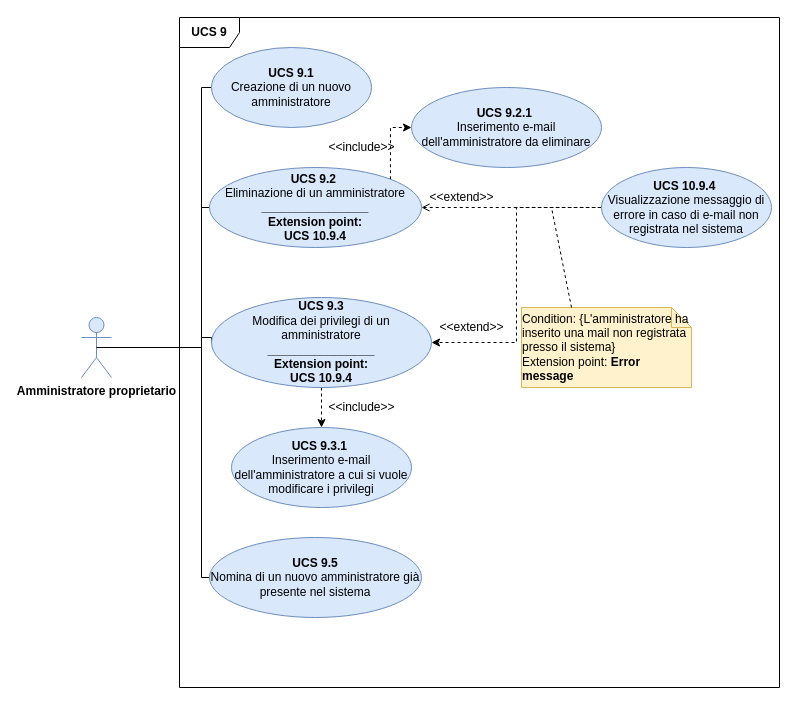
This is page "Page-3" (3 of 5) of DocumentazioneEsterna/AnalisiDeiRequisiti/Sezioni/UseCase/draw.io/UC SERVER/UCS9.drawio from qb-team/Stalker-Documentazione, a draw.io file, before an edit. Source tidied: cells renumbered, new cells numbered last; positions are measured from the earlier drawing's top-left corner, leaving out a move shared by most shapes. Both pictures are drawn from the tidied source at 100%, with x=0, y=0 at pixel (81, 17).
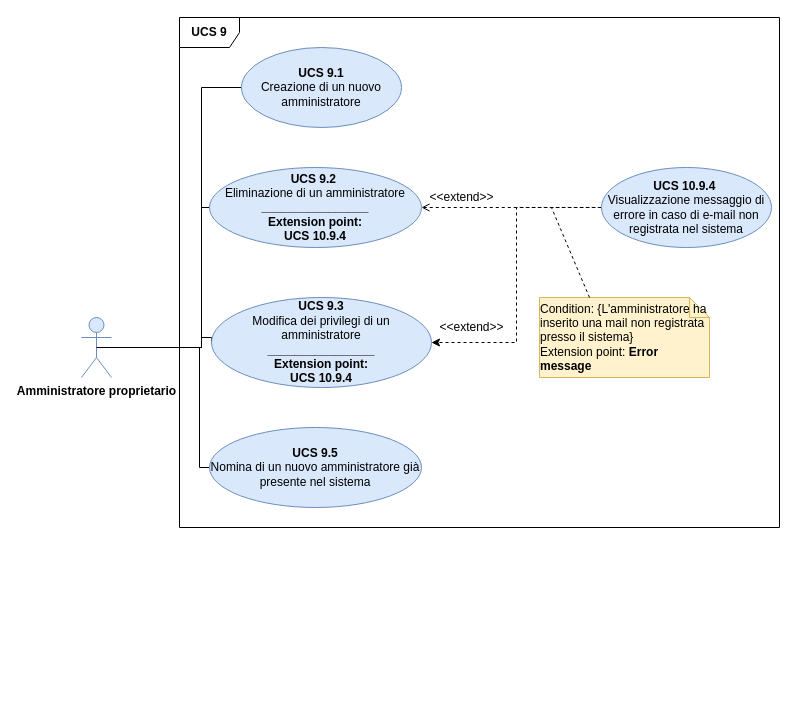
The same page after the edit.

The change refers to these unchanged cells:
```xml
<mxCell id="5" value="&lt;font color=&quot;#000000&quot;&gt;&lt;b&gt;Amministratore proprietario&lt;/b&gt;&lt;/font&gt;" style="shape=umlActor;verticalLabelPosition=bottom;labelBackgroundColor=#ffffff;verticalAlign=top;html=1;outlineConnect=0;fillColor=#dae8fc;strokeColor=#6c8ebf;" parent="1" vertex="1">
  <mxGeometry y="300" width="30" height="60" as="geometry" />
</mxCell>
<mxCell id="8" value="&lt;b&gt;UCS 9.3&lt;br&gt;&lt;/b&gt;Modifica dei privilegi di un amministratore&lt;br&gt;&lt;b&gt;________________&lt;br&gt;Extension point:&lt;br&gt;UCS 10.9.4&lt;/b&gt;" style="ellipse;whiteSpace=wrap;html=1;fillColor=#dae8fc;strokeColor=#6c8ebf;" parent="1" vertex="1">
  <mxGeometry x="130" y="280" width="220" height="90" as="geometry" />
</mxCell>
<mxCell id="9" value="&lt;b&gt;UCS 9.2&amp;nbsp;&lt;br&gt;&lt;/b&gt;Eliminazione di un amministratore&lt;br&gt;&lt;b&gt;________________&lt;br&gt;Extension point:&lt;br&gt;UCS 10.9.4&lt;/b&gt;" style="ellipse;whiteSpace=wrap;html=1;fillColor=#dae8fc;strokeColor=#6c8ebf;" parent="1" vertex="1">
  <mxGeometry x="128" y="150" width="212" height="80" as="geometry" />
</mxCell>
```

Diff of the diagram source:
```diff
@@
     <mxCell id="6" value="&lt;b&gt;UCS 9&lt;/b&gt;" style="shape=umlFrame;whiteSpace=wrap;html=1;" parent="1" vertex="1">
-      <mxGeometry x="98" width="600" height="670" as="geometry" />
+      <mxGeometry x="98" width="600" height="510" as="geometry" />
     </mxCell>
-    <mxCell id="7" style="edgeStyle=orthogonalEdgeStyle;rounded=0;jettySize=auto;html=1;entryX=0.5;entryY=0;entryDx=0;entryDy=0;dashed=1;endArrow=classic;endFill=1;" parent="1" edge="1" source="8" target="20">
-      <mxGeometry relative="1" as="geometry" />
-    </mxCell>
@@
     <mxCell id="10" value="&lt;b&gt;UCS 9.1&lt;br&gt;&lt;/b&gt;Creazione di un nuovo amministratore" style="ellipse;whiteSpace=wrap;html=1;fillColor=#dae8fc;strokeColor=#6c8ebf;" parent="1" vertex="1">
-      <mxGeometry x="130" y="30" width="160" height="80" as="geometry" />
+      <mxGeometry x="160" y="30" width="160" height="80" as="geometry" />
     </mxCell>
@@
     <mxCell id="17" value="&lt;div style=&quot;text-align: left&quot;&gt;&lt;span&gt;Condition: {&lt;/span&gt;&lt;span&gt;L'amministratore ha inserito una mail non registrata presso il sistema}&lt;/span&gt;&lt;/div&gt;&lt;div style=&quot;text-align: left&quot;&gt;Extension point: &lt;b&gt;Error message&lt;/b&gt;&lt;/div&gt;" style="shape=note;size=20;whiteSpace=wrap;html=1;fillColor=#fff2cc;strokeColor=#d6b656;" parent="1" vertex="1">
-      <mxGeometry x="440" y="290" width="170" height="80" as="geometry" />
+      <mxGeometry x="458" y="280" width="170" height="80" as="geometry" />
     </mxCell>
@@
-    <mxCell id="20" value="&lt;b&gt;UCS 9.3.1&amp;nbsp;&lt;br&gt;&lt;/b&gt;Inserimento e-mail dell'amministratore a cui si vuole modificare i privilegi" style="ellipse;whiteSpace=wrap;html=1;fillColor=#dae8fc;strokeColor=#6c8ebf;" parent="1" vertex="1">
-      <mxGeometry x="150" y="410" width="180" height="80" as="geometry" />
-    </mxCell>
-    <mxCell id="21" value="&amp;lt;&amp;lt;include&amp;gt;&amp;gt;" style="text;html=1;align=center;verticalAlign=middle;direction=west;" parent="1" vertex="1">
-      <mxGeometry x="240" y="380" width="80" height="20" as="geometry" />
-    </mxCell>
-    <mxCell id="22" style="edgeStyle=orthogonalEdgeStyle;rounded=0;jettySize=auto;html=1;entryX=0;entryY=0.5;entryDx=0;entryDy=0;dashed=1;endArrow=classic;endFill=1;exitX=1;exitY=0;exitDx=0;exitDy=0;" parent="1" edge="1" source="9" target="23">
-      <mxGeometry relative="1" as="geometry" />
-    </mxCell>
-    <mxCell id="23" value="&lt;b&gt;UCS 9.2.1&amp;nbsp;&lt;br&gt;&lt;/b&gt;Inserimento e-mail dell'amministratore da eliminare" style="ellipse;whiteSpace=wrap;html=1;fillColor=#dae8fc;strokeColor=#6c8ebf;" parent="1" vertex="1">
-      <mxGeometry x="330" y="70" width="190" height="80" as="geometry" />
-    </mxCell>
-    <mxCell id="24" value="&amp;lt;&amp;lt;include&amp;gt;&amp;gt;" style="text;html=1;align=center;verticalAlign=middle;direction=west;" parent="1" vertex="1">
-      <mxGeometry x="240" y="120" width="80" height="20" as="geometry" />
-    </mxCell>
     <mxCell id="25" style="edgeStyle=orthogonalEdgeStyle;rounded=0;jettySize=auto;html=1;exitX=0;exitY=0.5;exitDx=0;exitDy=0;entryX=0.5;entryY=0.5;entryDx=0;entryDy=0;entryPerimeter=0;endArrow=none;endFill=0;" parent="1" edge="1" source="26" target="5">
       <mxGeometry relative="1" as="geometry">
         <Array as="points">
-          <mxPoint x="120" y="560" />
-          <mxPoint x="120" y="330" />
+          <mxPoint x="118" y="450" />
+          <mxPoint x="118" y="330" />
         </Array>
       </mxGeometry>
     </mxCell>
     <mxCell id="26" value="&lt;b&gt;UCS 9.5&lt;br&gt;&lt;/b&gt;Nomina di un nuovo amministratore già presente nel sistema" style="ellipse;whiteSpace=wrap;html=1;fillColor=#dae8fc;strokeColor=#6c8ebf;" parent="1" vertex="1">
-      <mxGeometry x="128" y="520" width="212" height="80" as="geometry" />
+      <mxGeometry x="128" y="410" width="212" height="80" as="geometry" />
     </mxCell>
```
